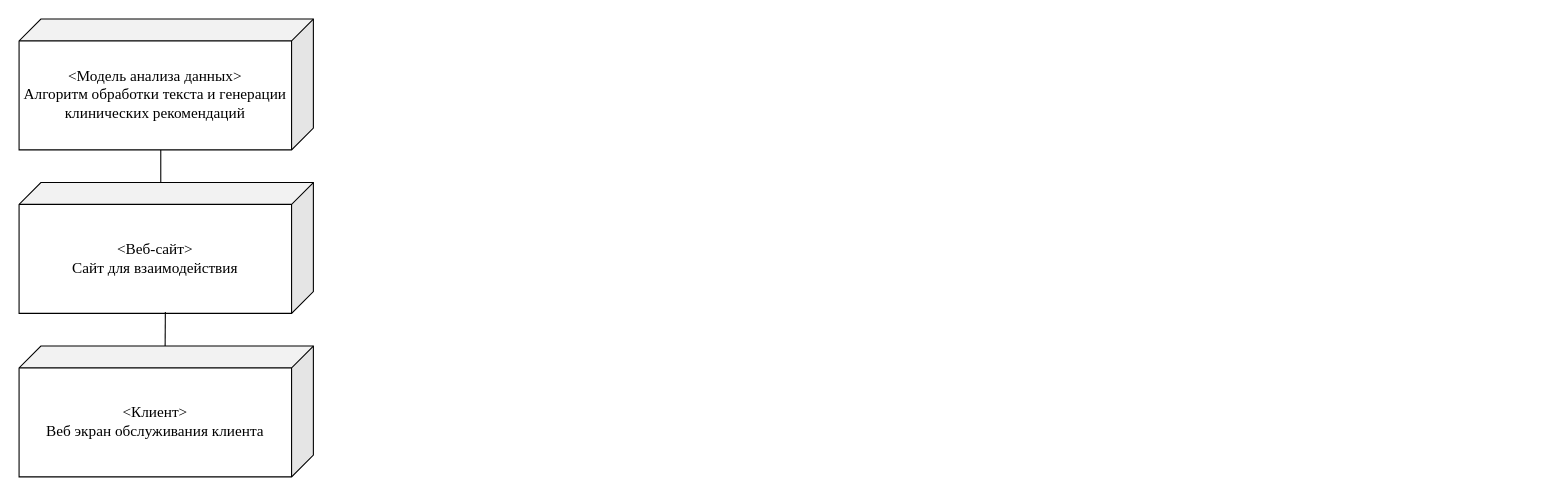
Before: Диаграмма классов диплом.drawio in SvetlanaCH01/-, a draw.io diagram. Source tidied: cells renumbered, new cells numbered last; positions are measured from the earlier drawing's top-left corner, leaving out a move shared by most shapes. Both pictures are drawn from the tidied source at 109%, with x=0, y=0 at pixel (19, 19).
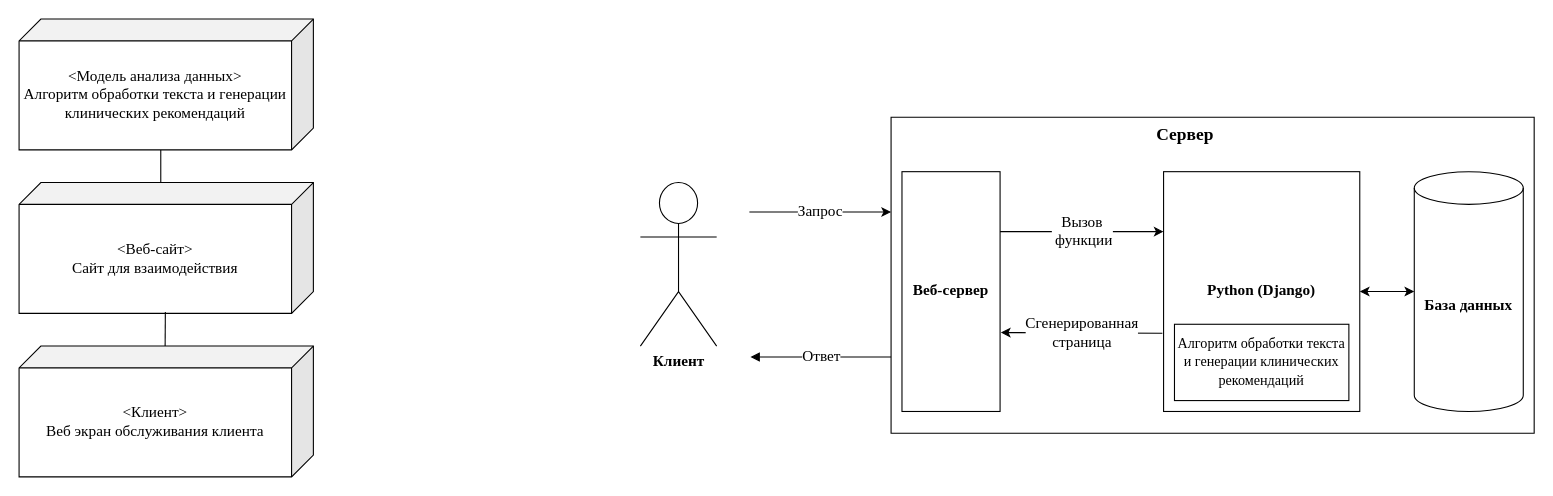
Above is the later version.

The edit, as a diff of the source:
```diff
@@
+    <mxCell id="7" value="Клиент" style="shape=umlActor;verticalLabelPosition=bottom;verticalAlign=top;html=1;fontFamily=Times New Roman;fontSize=14;fontStyle=1;" parent="1" vertex="1">
+      <mxGeometry x="570" y="150" width="70" height="150" as="geometry" />
+    </mxCell>
+    <mxCell id="8" style="verticalLabelPosition=bottom;verticalAlign=top;html=1;shape=mxgraph.basic.rect;fillColor2=none;strokeWidth=1;size=20;indent=5;fontFamily=Times New Roman;fontSize=14;" parent="1" vertex="1">
+      <mxGeometry x="800" y="90" width="590" height="290" as="geometry" />
+    </mxCell>
+    <mxCell id="9" value="Запрос" style="endArrow=classic;html=1;rounded=0;fontFamily=Times New Roman;fontSize=14;" parent="1" edge="1">
+      <mxGeometry relative="1" as="geometry">
+        <mxPoint x="670" y="177" as="sourcePoint" />
+        <mxPoint x="800" y="177" as="targetPoint" />
+      </mxGeometry>
+    </mxCell>
+    <mxCell id="10" value="Ответ" style="endArrow=none;html=1;rounded=0;startArrow=block;startFill=1;endFill=0;fontFamily=Times New Roman;fontSize=14;" parent="1" edge="1">
+      <mxGeometry relative="1" as="geometry">
+        <mxPoint x="671" y="310" as="sourcePoint" />
+        <mxPoint x="800" y="310" as="targetPoint" />
+      </mxGeometry>
+    </mxCell>
+    <mxCell id="11" value="&lt;font style=&quot;font-size: 16px;&quot;&gt;Сервер&lt;/font&gt;" style="text;html=1;strokeColor=none;fillColor=none;align=center;verticalAlign=middle;whiteSpace=wrap;rounded=0;fontFamily=Times New Roman;fontSize=16;fontStyle=1;" parent="1" vertex="1">
+      <mxGeometry x="1040" y="90" width="60" height="30" as="geometry" />
+    </mxCell>
+    <mxCell id="12" value="Веб-сервер" style="rounded=0;whiteSpace=wrap;html=1;fontFamily=Times New Roman;fontSize=14;fontStyle=1;" parent="1" vertex="1">
+      <mxGeometry x="810" y="140" width="90" height="220" as="geometry" />
+    </mxCell>
+    <mxCell id="13" value="Python (Django)" style="rounded=0;whiteSpace=wrap;html=1;labelPosition=center;verticalLabelPosition=middle;align=center;verticalAlign=middle;fontFamily=Times New Roman;fontSize=14;fontStyle=1;" parent="1" vertex="1">
+      <mxGeometry x="1050" y="140" width="180" height="220" as="geometry" />
+    </mxCell>
+    <mxCell id="14" value="База данных" style="shape=cylinder3;whiteSpace=wrap;html=1;boundedLbl=1;backgroundOutline=1;size=15;fontFamily=Times New Roman;fontSize=14;fontStyle=1;" parent="1" vertex="1">
+      <mxGeometry x="1280" y="140" width="100" height="220" as="geometry" />
+    </mxCell>
+    <mxCell id="15" value="Вызов&lt;br style=&quot;font-size: 14px;&quot;&gt;&amp;nbsp;функции" style="endArrow=classic;html=1;rounded=0;exitX=1;exitY=0.25;exitDx=0;exitDy=0;fontFamily=Times New Roman;fontSize=14;entryX=0;entryY=0.25;entryDx=0;entryDy=0;" parent="1" edge="1" source="12" target="13">
+      <mxGeometry relative="1" as="geometry" />
+    </mxCell>
+    <mxCell id="16" value="Сгенерированная &lt;br style=&quot;font-size: 14px;&quot;&gt;страница" style="endArrow=classic;html=1;rounded=0;exitX=-0.006;exitY=0.674;exitDx=0;exitDy=0;exitPerimeter=0;entryX=1.008;entryY=0.671;entryDx=0;entryDy=0;entryPerimeter=0;fontFamily=Times New Roman;fontSize=14;" parent="1" edge="1" source="13" target="12">
+      <mxGeometry relative="1" as="geometry" />
+    </mxCell>
+    <mxCell id="17" style="endArrow=classic;startArrow=classic;html=1;rounded=0;entryX=0;entryY=0.5;entryDx=0;entryDy=0;entryPerimeter=0;exitX=1;exitY=0.5;exitDx=0;exitDy=0;fontFamily=Times New Roman;fontSize=14;" parent="1" edge="1" source="13" target="14">
+      <mxGeometry relative="1" as="geometry" />
+    </mxCell>
+    <mxCell id="18" value="&lt;font style=&quot;font-size: 13px;&quot;&gt;Алгоритм обработки текста и генерации клинических рекомендаций&lt;/font&gt;" style="rounded=0;whiteSpace=wrap;html=1;fontFamily=Times New Roman;fontSize=14;" parent="1" vertex="1">
+      <mxGeometry x="1060" y="280" width="160" height="70" as="geometry" />
+    </mxCell>
```
